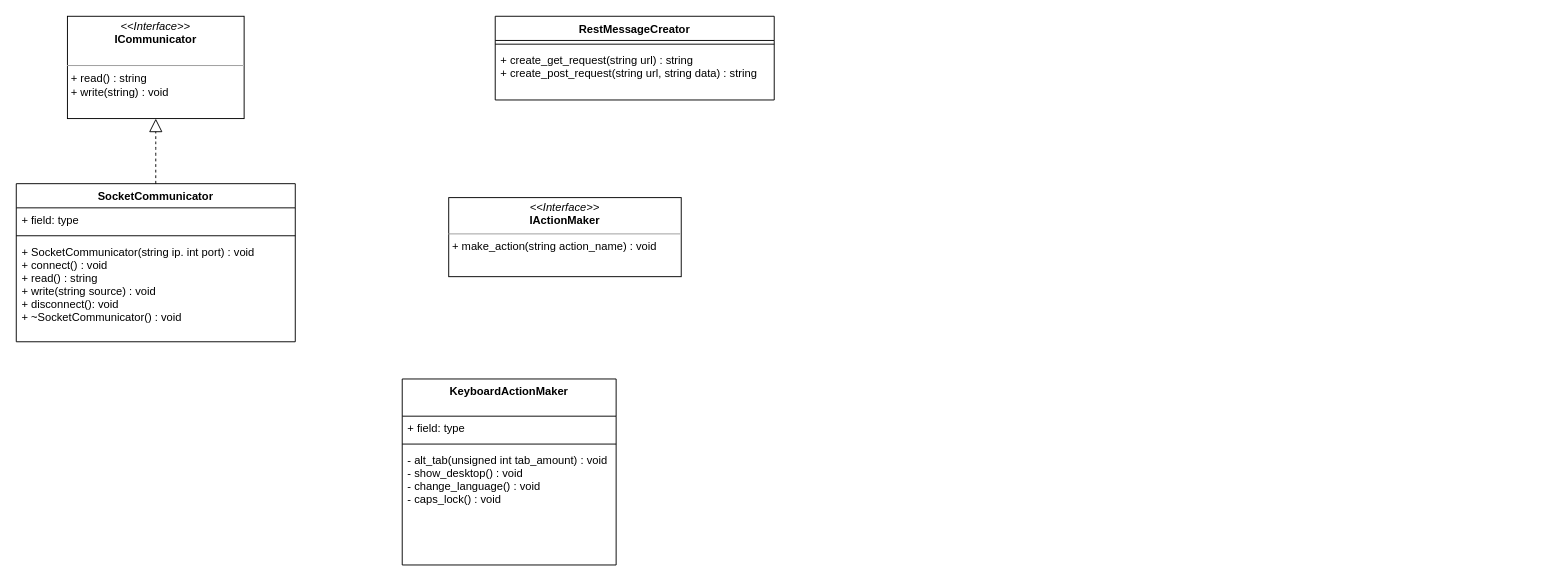
Before: Untitled Diagram.drawio in elig2001/Sherbertus, a draw.io diagram. Source tidied: cells renumbered, new cells numbered last; positions are measured from the earlier drawing's top-left corner, leaving out a move shared by most shapes. Both pictures are drawn from the tidied source at 93%, with x=0, y=0 at pixel (16, 16).
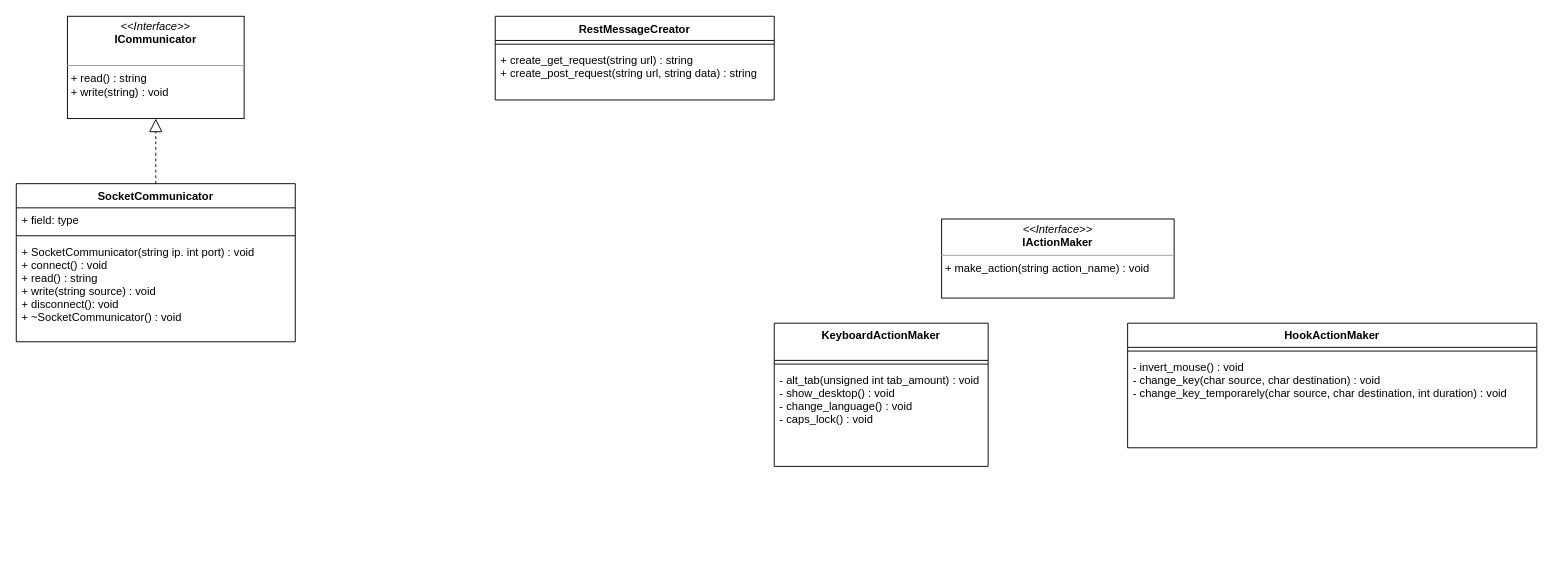
After the change.

Change to the diagram source:
```diff
@@
 <mxGraphModel background="#ffffff">
   <root>
     <mxCell id="0" />
     <mxCell id="1" parent="0" />
     <mxCell id="2" value="&lt;p style=&quot;margin: 0px ; margin-top: 4px ; text-align: center&quot;&gt;&lt;i&gt;&amp;lt;&amp;lt;Interface&amp;gt;&amp;gt;&lt;/i&gt;&lt;br&gt;&lt;b&gt;ICommunicator&lt;/b&gt;&lt;/p&gt;&lt;br&gt;&lt;hr size=&quot;1&quot;&gt;&lt;p style=&quot;margin: 0px ; margin-left: 4px&quot;&gt;+ read() : string&lt;br&gt;+ write(string) : void&lt;/p&gt;" style="verticalAlign=top;align=left;overflow=fill;fontSize=12;fontFamily=Helvetica;html=1;" parent="1" vertex="1">
       <mxGeometry x="55" width="190" height="110" as="geometry" />
     </mxCell>
     <mxCell id="3" value="SocketCommunicator" style="swimlane;fontStyle=1;align=center;verticalAlign=top;horizontal=1;startSize=26;" parent="1" vertex="1">
       <mxGeometry y="180" width="300" height="170" as="geometry" />
     </mxCell>
     <mxCell id="4" value="+ field: type" style="text;strokeColor=none;fillColor=none;align=left;verticalAlign=top;spacingLeft=4;spacingRight=4;overflow=hidden;" parent="3" vertex="1">
       <mxGeometry y="26" width="300" height="26" as="geometry" />
     </mxCell>
     <mxCell id="5" style="line;strokeWidth=1;fillColor=none;align=left;verticalAlign=middle;spacingTop=-1;spacingLeft=3;spacingRight=3;labelPosition=right;" parent="3" vertex="1">
       <mxGeometry y="52" width="300" height="8" as="geometry" />
     </mxCell>
     <mxCell id="6" value="+ SocketCommunicator(string ip. int port) : void&#10;+ connect() : void&#10;+ read() : string&#10;+ write(string source) : void&#10;+ disconnect(): void&#10;+ ~SocketCommunicator() : void" style="text;strokeColor=none;fillColor=none;align=left;verticalAlign=top;spacingLeft=4;spacingRight=4;overflow=hidden;" parent="3" vertex="1">
       <mxGeometry y="60" width="300" height="110" as="geometry" />
     </mxCell>
     <mxCell id="7" style="endArrow=block;dashed=1;endFill=0;endSize=12;html=1;entryX=0.5;entryY=1;entryDx=0;entryDy=0;exitX=0.5;exitY=0;exitDx=0;exitDy=0;" parent="1" edge="1" source="3" target="2">
       <mxGeometry relative="1" as="geometry">
         <Array as="points">
           <mxPoint x="150" y="140" />
         </Array>
       </mxGeometry>
     </mxCell>
     <mxCell id="8" value="RestMessageCreator" style="swimlane;fontStyle=1;align=center;verticalAlign=top;horizontal=1;startSize=26;" parent="1" vertex="1">
       <mxGeometry x="515" width="300" height="90" as="geometry" />
     </mxCell>
     <mxCell id="9" style="line;strokeWidth=1;fillColor=none;align=left;verticalAlign=middle;spacingTop=-1;spacingLeft=3;spacingRight=3;labelPosition=right;" parent="8" vertex="1">
       <mxGeometry y="26" width="300" height="8" as="geometry" />
     </mxCell>
     <mxCell id="10" value="+ create_get_request(string url) : string&#10;+ create_post_request(string url, string data) : string" style="text;strokeColor=none;fillColor=none;align=left;verticalAlign=top;spacingLeft=4;spacingRight=4;overflow=hidden;" parent="8" vertex="1">
       <mxGeometry y="34" width="300" height="56" as="geometry" />
     </mxCell>
     <mxCell id="11" value="KeyboardActionMaker" style="swimlane;fontStyle=1;align=center;verticalAlign=top;horizontal=1;startSize=40;" parent="1" vertex="1">
-      <mxGeometry x="415" y="390" width="230" height="200" as="geometry" />
+      <mxGeometry x="815" y="330" width="230" height="154" as="geometry" />
     </mxCell>
-    <mxCell id="12" value="+ field: type" style="text;strokeColor=none;fillColor=none;align=left;verticalAlign=top;spacingLeft=4;spacingRight=4;overflow=hidden;" parent="11" vertex="1">
-      <mxGeometry y="40" width="230" height="26" as="geometry" />
-    </mxCell>
     <mxCell id="13" style="line;strokeWidth=1;fillColor=none;align=left;verticalAlign=middle;spacingTop=-1;spacingLeft=3;spacingRight=3;labelPosition=right;" parent="11" vertex="1">
-      <mxGeometry y="66" width="230" height="8" as="geometry" />
+      <mxGeometry y="40" width="230" height="8" as="geometry" />
     </mxCell>
     <mxCell id="14" value="- alt_tab(unsigned int tab_amount) : void&#10;- show_desktop() : void&#10;- change_language() : void&#10;- caps_lock() : void" style="text;strokeColor=none;fillColor=none;align=left;verticalAlign=top;spacingLeft=4;spacingRight=4;overflow=hidden;" parent="11" vertex="1">
-      <mxGeometry y="74" width="230" height="126" as="geometry" />
+      <mxGeometry y="48" width="230" height="106" as="geometry" />
     </mxCell>
     <mxCell id="15" value="&lt;p style=&quot;margin: 0px ; margin-top: 4px ; text-align: center&quot;&gt;&lt;i&gt;&amp;lt;&amp;lt;Interface&amp;gt;&amp;gt;&lt;/i&gt;&lt;br&gt;&lt;b&gt;IActionMaker&lt;/b&gt;&lt;/p&gt;&lt;hr size=&quot;1&quot;&gt;&lt;p style=&quot;margin: 0px ; margin-left: 4px&quot;&gt;+ make_action(string action_name) : void&lt;/p&gt;" style="verticalAlign=top;align=left;overflow=fill;fontSize=12;fontFamily=Helvetica;html=1;" parent="1" vertex="1">
-      <mxGeometry x="465" y="195" width="250" height="85" as="geometry" />
+      <mxGeometry x="995" y="218" width="250" height="85" as="geometry" />
     </mxCell>
+    <mxCell id="16" value="HookActionMaker" style="swimlane;fontStyle=1;align=center;verticalAlign=top;horizontal=1;startSize=26;" parent="1" vertex="1">
+      <mxGeometry x="1195" y="330" width="440" height="134" as="geometry" />
+    </mxCell>
+    <mxCell id="17" style="line;strokeWidth=1;fillColor=none;align=left;verticalAlign=middle;spacingTop=-1;spacingLeft=3;spacingRight=3;labelPosition=right;" parent="16" vertex="1">
+      <mxGeometry y="26" width="440" height="8" as="geometry" />
+    </mxCell>
+    <mxCell id="18" value="- invert_mouse() : void&#10;- change_key(char source, char destination) : void&#10;- change_key_temporarely(char source, char destination, int duration) : void" style="text;strokeColor=none;fillColor=none;align=left;verticalAlign=top;spacingLeft=4;spacingRight=4;overflow=hidden;" parent="16" vertex="1">
+      <mxGeometry y="34" width="440" height="100" as="geometry" />
+    </mxCell>
   </root>
 </mxGraphModel>
```
